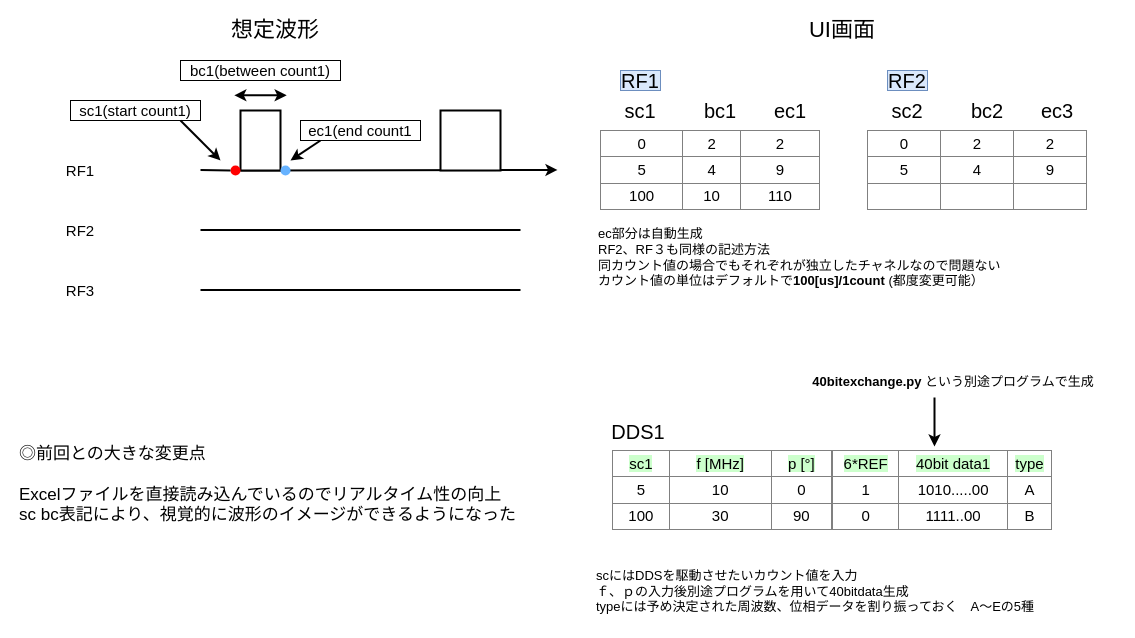
Before: Pulseprogramer/ver2/パルスシーケンス図_ver2.drawio in parupappa/Pine64-python--pulse, a draw.io diagram. Source tidied: cells renumbered, new cells numbered last; positions are measured from the earlier drawing's top-left corner, leaving out a move shared by most shapes. Both pictures are drawn from the tidied source at 100%, with x=0, y=0 at pixel (17, 20).
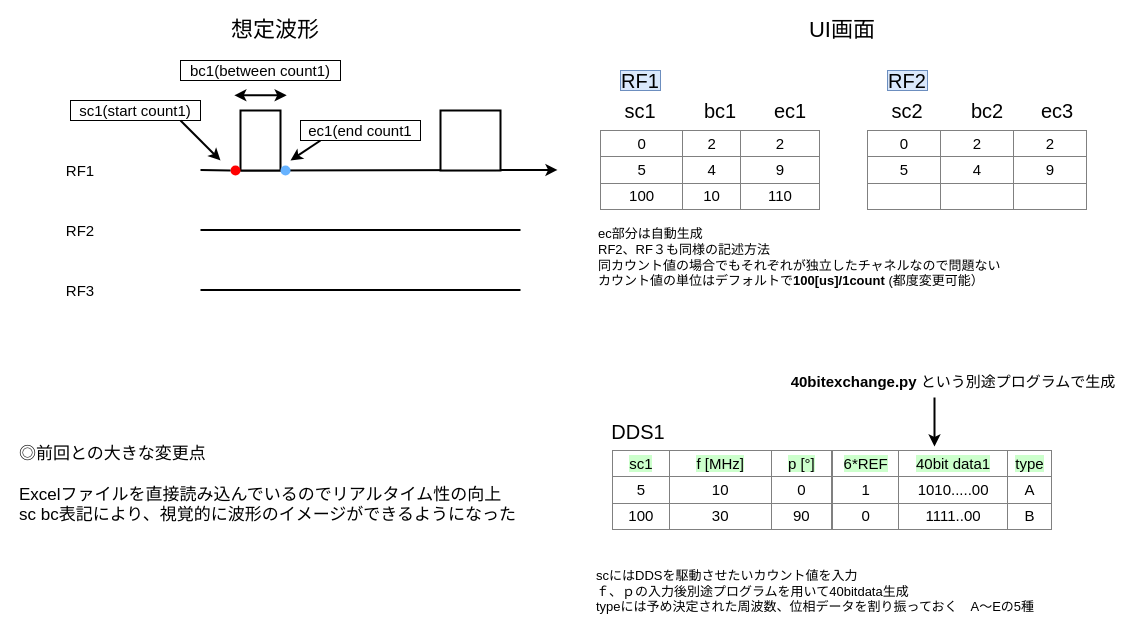
The same page after the edit.

The edit, as a diff of the source:
```diff
@@
-    <mxCell id="37" value="&lt;b&gt;40bitexchange.py&lt;/b&gt; という別途プログラムで生成" style="text;html=1;strokeColor=none;fillColor=none;align=center;verticalAlign=middle;whiteSpace=wrap;rounded=0;fontSize=13;" parent="1" vertex="1">
+    <mxCell id="37" value="&lt;b style=&quot;font-size: 15px;&quot;&gt;40bitexchange.py&lt;/b&gt; という別途プログラムで生成" style="text;html=1;strokeColor=none;fillColor=none;align=center;verticalAlign=middle;whiteSpace=wrap;rounded=0;fontSize=15;" parent="1" vertex="1">
       <mxGeometry x="771" y="351" width="330" height="20" as="geometry" />
     </mxCell>
```
